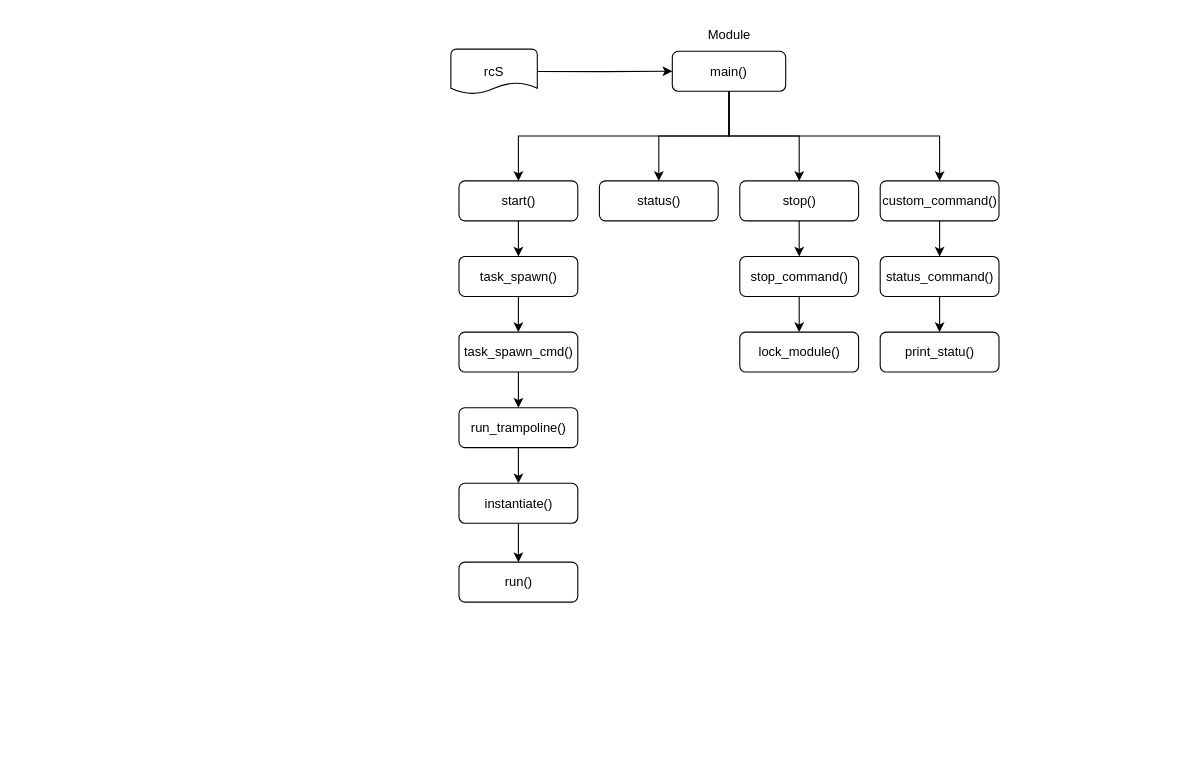
Anungable/Personal-Arbeit keeps this draw.io diagram as page "Page-7" (7 of 10) of draw_io/px4啟動腳本.drawio. Above is the earlier version. Source tidied: cells renumbered, new cells numbered last; positions are measured from the earlier drawing's top-left corner, leaving out a move shared by most shapes. Both pictures are drawn from the tidied source at 108%, with x=0, y=0 at pixel (450, 18).
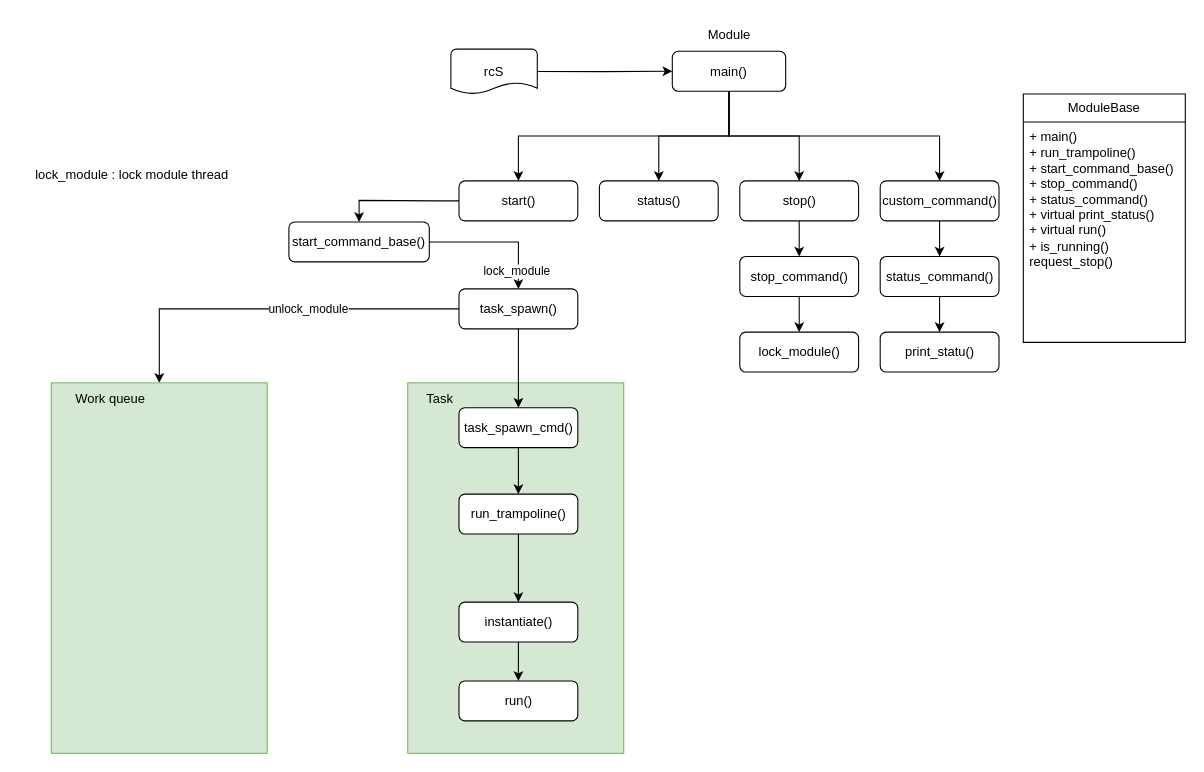
Above is the later version.

Unchanged cells that the change refers to:
```xml
<mxCell id="7" value="start()" style="rounded=1;whiteSpace=wrap;html=1;" parent="1" vertex="1">
  <mxGeometry x="7.5" y="150" width="110" height="37" as="geometry" />
</mxCell>
```

Diff of the diagram source:
```diff
@@
+    <mxCell id="32" style="rounded=0;whiteSpace=wrap;html=1;fillColor=#d5e8d4;strokeColor=#82b366;" parent="1" vertex="1">
+      <mxGeometry x="-40" y="337" width="200" height="343" as="geometry" />
+    </mxCell>
@@
-    <mxCell id="6" style="edgeStyle=orthogonalEdgeStyle;rounded=0;jettySize=auto;html=1;entryX=0.5;entryY=0;entryDx=0;entryDy=0;" parent="1" edge="1" source="7" target="15">
+    <mxCell id="6" style="edgeStyle=orthogonalEdgeStyle;rounded=0;jettySize=auto;html=1;entryX=0.5;entryY=0;entryDx=0;entryDy=0;" parent="1" edge="1" source="7" target="39">
       <mxGeometry relative="1" as="geometry" />
     </mxCell>
@@
-    <mxCell id="14" style="edgeStyle=orthogonalEdgeStyle;rounded=0;jettySize=auto;html=1;entryX=0.5;entryY=0;entryDx=0;entryDy=0;" parent="1" edge="1" source="15" target="17">
+    <mxCell id="14" style="edgeStyle=orthogonalEdgeStyle;rounded=0;jettySize=auto;html=1;entryX=0.5;entryY=0;entryDx=0;entryDy=0;" parent="1" edge="1" source="15" target="42">
       <mxGeometry relative="1" as="geometry" />
     </mxCell>
+    <mxCell id="33" value="unlock_module" style="edgeLabel;html=1;align=center;verticalAlign=middle;" parent="14" vertex="1">
+      <mxGeometry x="-0.19" relative="1" as="geometry" />
+    </mxCell>
+    <mxCell id="34" style="edgeStyle=orthogonalEdgeStyle;rounded=0;jettySize=auto;html=1;entryX=0.5;entryY=0;entryDx=0;entryDy=0;" parent="1" edge="1" source="15" target="17">
+      <mxGeometry relative="1" as="geometry" />
+    </mxCell>
     <mxCell id="15" value="task_spawn()" style="rounded=1;whiteSpace=wrap;html=1;" parent="1" vertex="1">
-      <mxGeometry x="7.5" y="220" width="110" height="37" as="geometry" />
+      <mxGeometry x="7.5" y="250" width="110" height="37" as="geometry" />
     </mxCell>
@@
     <mxCell id="17" value="task_spawn_cmd()" style="rounded=1;whiteSpace=wrap;html=1;" parent="1" vertex="1">
-      <mxGeometry x="7.5" y="290" width="110" height="37" as="geometry" />
+      <mxGeometry x="7.5" y="360" width="110" height="37" as="geometry" />
     </mxCell>
@@
     <mxCell id="19" value="run_trampoline()" style="rounded=1;whiteSpace=wrap;html=1;" parent="1" vertex="1">
-      <mxGeometry x="7.5" y="360" width="110" height="37" as="geometry" />
+      <mxGeometry x="7.5" y="440" width="110" height="37" as="geometry" />
     </mxCell>
@@
     <mxCell id="21" value="instantiate()" style="rounded=1;whiteSpace=wrap;html=1;" parent="1" vertex="1">
-      <mxGeometry x="7.5" y="430" width="110" height="37" as="geometry" />
+      <mxGeometry x="7.5" y="540" width="110" height="37" as="geometry" />
     </mxCell>
     <mxCell id="22" value="run()" style="rounded=1;whiteSpace=wrap;html=1;" parent="1" vertex="1">
-      <mxGeometry x="7.5" y="503" width="110" height="37" as="geometry" />
+      <mxGeometry x="7.5" y="613" width="110" height="37" as="geometry" />
     </mxCell>
@@
+    <mxCell id="35" value="ModuleBase" style="swimlane;fontStyle=0;horizontal=1;startSize=26;fillColor=none;whiteSpace=wrap;html=1;" parent="1" vertex="1">
+      <mxGeometry x="530" y="69.5" width="150" height="230" as="geometry" />
+    </mxCell>
+    <mxCell id="36" value="+ main()&lt;br&gt;+ run_trampoline()&lt;br&gt;+ start_command_base()&lt;br&gt;+ stop_command()&lt;br&gt;+ status_command()&lt;br&gt;+ virtual print_status()&lt;br&gt;+ virtual run()&lt;br&gt;+ is_running()&lt;br&gt;request_stop()&lt;br&gt;" style="text;strokeColor=none;fillColor=none;align=left;verticalAlign=top;spacingLeft=4;spacingRight=4;overflow=hidden;whiteSpace=wrap;html=1;" parent="35" vertex="1">
+      <mxGeometry y="26" width="150" height="204" as="geometry" />
+    </mxCell>
+    <mxCell id="37" style="edgeStyle=orthogonalEdgeStyle;rounded=0;jettySize=auto;html=1;exitX=1;exitY=0.5;exitDx=0;exitDy=0;entryX=0.5;entryY=0;entryDx=0;entryDy=0;" parent="1" edge="1" source="39" target="15">
+      <mxGeometry relative="1" as="geometry" />
+    </mxCell>
+    <mxCell id="38" value="lock_module" style="edgeLabel;html=1;align=center;verticalAlign=middle;" parent="37" vertex="1">
+      <mxGeometry x="0.27" relative="1" as="geometry">
+        <mxPoint y="27" as="offset" />
+      </mxGeometry>
+    </mxCell>
+    <mxCell id="39" value="start_command_base()" style="rounded=1;whiteSpace=wrap;html=1;" parent="1" vertex="1">
+      <mxGeometry x="-150" y="188" width="130" height="37" as="geometry" />
+    </mxCell>
+    <mxCell id="40" value="lock_module : lock module thread" style="text;html=1;strokeColor=none;fillColor=none;align=center;verticalAlign=middle;whiteSpace=wrap;rounded=0;" parent="1" vertex="1">
+      <mxGeometry x="-400" y="130" width="210" height="30" as="geometry" />
+    </mxCell>
+    <mxCell id="41" value="Task" style="text;html=1;strokeColor=none;fillColor=none;align=center;verticalAlign=middle;whiteSpace=wrap;rounded=0;" parent="1" vertex="1">
+      <mxGeometry x="-40" y="337" width="60" height="30" as="geometry" />
+    </mxCell>
+    <mxCell id="42" style="rounded=0;whiteSpace=wrap;html=1;fillColor=#d5e8d4;strokeColor=#82b366;" parent="1" vertex="1">
+      <mxGeometry x="-370" y="337" width="200" height="343" as="geometry" />
+    </mxCell>
+    <mxCell id="43" value="Work queue" style="text;html=1;strokeColor=none;fillColor=none;align=center;verticalAlign=middle;whiteSpace=wrap;rounded=0;" parent="1" vertex="1">
+      <mxGeometry x="-370" y="337" width="110" height="30" as="geometry" />
+    </mxCell>
```
